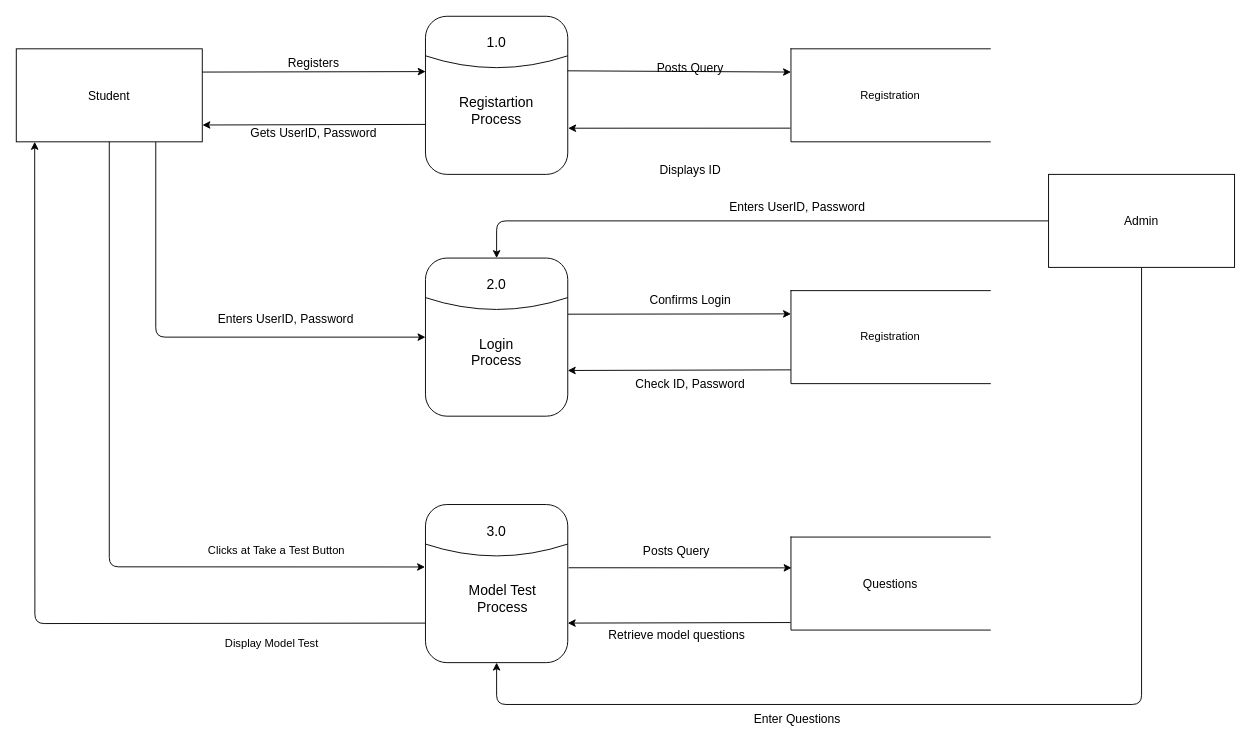
sainisoftravi/online_entrance keeps this draw.io diagram as static/Project Diagram/DFD - Level 1.drawio. Above is the earlier version. Source tidied: cells renumbered, new cells numbered last; positions are measured from the earlier drawing's top-left corner, leaving out a move shared by most shapes. Both pictures are drawn from the tidied source at 93%, with x=0, y=0 at pixel (16, 16).
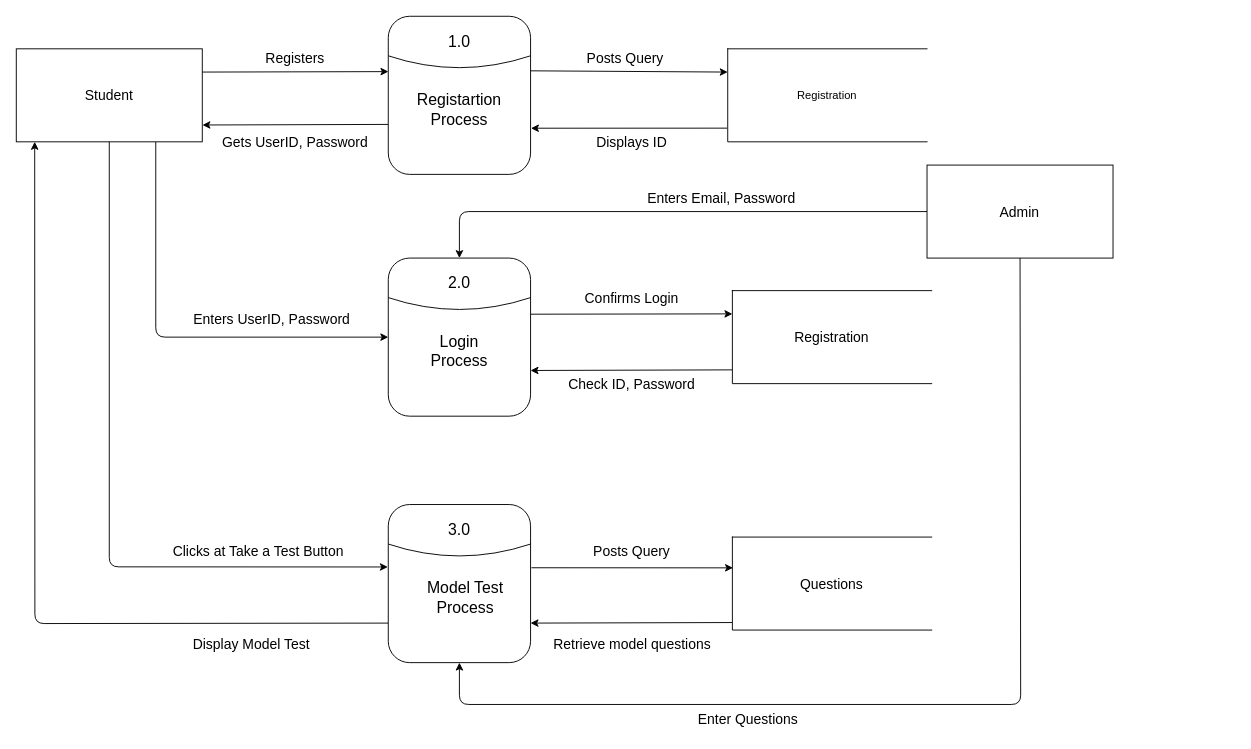
Above is the later version.

The change refers to these unchanged cells:
```xml
<mxCell id="35" style="rounded=1;whiteSpace=wrap;html=1;" parent="34" vertex="1">
  <mxGeometry width="153" height="170" as="geometry" />
</mxCell>
```

Diff of the diagram source:
```diff
@@
-    <mxCell id="3" value="&lt;font style=&quot;font-size: 13px;&quot;&gt;Student&lt;/font&gt;" style="rounded=0;whiteSpace=wrap;html=1;" parent="1" vertex="1">
+    <mxCell id="3" value="&lt;font style=&quot;font-size: 15px;&quot;&gt;Student&lt;/font&gt;" style="rounded=0;whiteSpace=wrap;html=1;" parent="1" vertex="1">
       <mxGeometry y="35" width="200" height="100" as="geometry" />
     </mxCell>
@@
-    <mxCell id="6" value="&lt;font style=&quot;font-size: 13px;&quot;&gt;Registers&lt;/font&gt;" style="text;html=1;strokeColor=none;fillColor=none;align=center;verticalAlign=middle;whiteSpace=wrap;rounded=0;" parent="1" vertex="1">
-      <mxGeometry x="290" y="35" width="60" height="30" as="geometry" />
+    <mxCell id="6" value="&lt;font style=&quot;font-size: 15px;&quot;&gt;Registers&lt;/font&gt;" style="text;html=1;strokeColor=none;fillColor=none;align=center;verticalAlign=middle;whiteSpace=wrap;rounded=0;" parent="1" vertex="1">
+      <mxGeometry x="270" y="30" width="60" height="30" as="geometry" />
     </mxCell>
-    <mxCell id="7" value="&lt;font style=&quot;font-size: 13px;&quot;&gt;Gets UserID, Password&lt;/font&gt;" style="text;html=1;strokeColor=none;fillColor=none;align=center;verticalAlign=middle;whiteSpace=wrap;rounded=0;" parent="1" vertex="1">
-      <mxGeometry x="245" y="110" width="150" height="30" as="geometry" />
+    <mxCell id="7" value="&lt;font style=&quot;font-size: 15px;&quot;&gt;Gets UserID, Password&lt;/font&gt;" style="text;html=1;strokeColor=none;fillColor=none;align=center;verticalAlign=middle;whiteSpace=wrap;rounded=0;" parent="1" vertex="1">
+      <mxGeometry x="205" y="120" width="190" height="30" as="geometry" />
     </mxCell>
-    <mxCell id="8" value="&lt;font style=&quot;font-size: 13px;&quot;&gt;Enters UserID, Password&lt;/font&gt;" style="text;html=1;strokeColor=none;fillColor=none;align=center;verticalAlign=middle;whiteSpace=wrap;rounded=0;rotation=0;" parent="1" vertex="1">
-      <mxGeometry x="200" y="310" width="180" height="30" as="geometry" />
+    <mxCell id="8" value="&lt;font style=&quot;font-size: 15px;&quot;&gt;Enters UserID, Password&lt;/font&gt;" style="text;html=1;strokeColor=none;fillColor=none;align=center;verticalAlign=middle;whiteSpace=wrap;rounded=0;rotation=0;" parent="1" vertex="1">
+      <mxGeometry x="185" y="310" width="180" height="30" as="geometry" />
     </mxCell>
@@
-    <mxCell id="10" value="Display Model Test" style="text;html=1;strokeColor=none;fillColor=none;align=center;verticalAlign=middle;whiteSpace=wrap;rounded=0;rotation=0;" parent="1" vertex="1">
-      <mxGeometry x="185" y="660" width="180" height="30" as="geometry" />
+    <mxCell id="10" value="&lt;font style=&quot;font-size: 15px;&quot;&gt;Display Model Test&lt;/font&gt;" style="text;html=1;strokeColor=none;fillColor=none;align=center;verticalAlign=middle;whiteSpace=wrap;rounded=0;rotation=0;" parent="1" vertex="1">
+      <mxGeometry x="162.5" y="660" width="180" height="30" as="geometry" />
     </mxCell>
@@
-    <mxCell id="12" value="Clicks at Take a Test Button" style="text;html=1;strokeColor=none;fillColor=none;align=center;verticalAlign=middle;whiteSpace=wrap;rounded=0;rotation=0;" parent="1" vertex="1">
-      <mxGeometry x="195" y="560" width="170" height="30" as="geometry" />
+    <mxCell id="12" value="&lt;font style=&quot;font-size: 15px;&quot;&gt;Clicks at Take a Test Button&lt;/font&gt;" style="text;html=1;strokeColor=none;fillColor=none;align=center;verticalAlign=middle;whiteSpace=wrap;rounded=0;rotation=0;" parent="1" vertex="1">
+      <mxGeometry x="162.5" y="560" width="195" height="30" as="geometry" />
     </mxCell>
-    <mxCell id="13" value="&lt;font style=&quot;font-size: 13px;&quot;&gt;Displays ID&lt;/font&gt;" style="text;html=1;strokeColor=none;fillColor=none;align=center;verticalAlign=middle;whiteSpace=wrap;rounded=0;" parent="1" vertex="1">
-      <mxGeometry x="680" y="150" width="90" height="30" as="geometry" />
+    <mxCell id="13" value="&lt;font style=&quot;font-size: 15px;&quot;&gt;Displays ID&lt;/font&gt;" style="text;html=1;strokeColor=none;fillColor=none;align=center;verticalAlign=middle;whiteSpace=wrap;rounded=0;" parent="1" vertex="1">
+      <mxGeometry x="616.8" y="120" width="90" height="30" as="geometry" />
     </mxCell>
@@
-    <mxCell id="16" value="&lt;font style=&quot;font-size: 13px;&quot;&gt;Check ID, Password&lt;/font&gt;" style="text;html=1;strokeColor=none;fillColor=none;align=center;verticalAlign=middle;whiteSpace=wrap;rounded=0;" parent="1" vertex="1">
-      <mxGeometry x="655" y="380" width="140" height="30" as="geometry" />
+    <mxCell id="16" value="&lt;font style=&quot;font-size: 15px;&quot;&gt;Check ID, Password&lt;/font&gt;" style="text;html=1;strokeColor=none;fillColor=none;align=center;verticalAlign=middle;whiteSpace=wrap;rounded=0;" parent="1" vertex="1">
+      <mxGeometry x="591.8" y="380" width="140" height="30" as="geometry" />
     </mxCell>
-    <mxCell id="17" value="&lt;font style=&quot;font-size: 13px;&quot;&gt;Confirms Login&lt;/font&gt;" style="text;html=1;strokeColor=none;fillColor=none;align=center;verticalAlign=middle;whiteSpace=wrap;rounded=0;" parent="1" vertex="1">
-      <mxGeometry x="670" y="290" width="110" height="30" as="geometry" />
+    <mxCell id="17" value="&lt;font style=&quot;font-size: 15px;&quot;&gt;Confirms Login&lt;/font&gt;" style="text;html=1;strokeColor=none;fillColor=none;align=center;verticalAlign=middle;whiteSpace=wrap;rounded=0;" parent="1" vertex="1">
+      <mxGeometry x="606.8" y="288" width="110" height="30" as="geometry" />
     </mxCell>
@@
-    <mxCell id="19" value="&lt;font style=&quot;font-size: 13px;&quot;&gt;Questions&lt;/font&gt;" style="html=1;dashed=0;whiteSpace=wrap;shape=partialRectangle;right=0;" parent="1" vertex="1">
-      <mxGeometry x="833" y="560" width="214.3" height="100" as="geometry" />
+    <mxCell id="19" value="&lt;font style=&quot;font-size: 15px;&quot;&gt;Questions&lt;/font&gt;" style="html=1;dashed=0;whiteSpace=wrap;shape=partialRectangle;right=0;" parent="1" vertex="1">
+      <mxGeometry x="770" y="560" width="214.3" height="100" as="geometry" />
     </mxCell>
-    <mxCell id="20" value="&lt;font style=&quot;font-size: 13px;&quot;&gt;Retrieve model questions&lt;/font&gt;" style="text;html=1;strokeColor=none;fillColor=none;align=center;verticalAlign=middle;whiteSpace=wrap;rounded=0;" parent="1" vertex="1">
-      <mxGeometry x="633.5" y="650" width="153" height="30" as="geometry" />
+    <mxCell id="20" value="&lt;font style=&quot;font-size: 15px;&quot;&gt;Retrieve model questions&lt;/font&gt;" style="text;html=1;strokeColor=none;fillColor=none;align=center;verticalAlign=middle;whiteSpace=wrap;rounded=0;" parent="1" vertex="1">
+      <mxGeometry x="568.5" y="660" width="186.5" height="30" as="geometry" />
     </mxCell>
-    <mxCell id="21" value="&lt;font style=&quot;font-size: 13px;&quot;&gt;Posts Query&lt;/font&gt;" style="text;html=1;strokeColor=none;fillColor=none;align=center;verticalAlign=middle;whiteSpace=wrap;rounded=0;" parent="1" vertex="1">
-      <mxGeometry x="655" y="560" width="110" height="30" as="geometry" />
+    <mxCell id="21" value="&lt;font style=&quot;font-size: 15px;&quot;&gt;Posts Query&lt;/font&gt;" style="text;html=1;strokeColor=none;fillColor=none;align=center;verticalAlign=middle;whiteSpace=wrap;rounded=0;" parent="1" vertex="1">
+      <mxGeometry x="606.8" y="560" width="110" height="30" as="geometry" />
     </mxCell>
     <mxCell id="22" style="group;" parent="1" vertex="1">
-      <mxGeometry x="440" width="153" height="170" as="geometry" />
+      <mxGeometry x="400" width="153" height="170" as="geometry" />
     </mxCell>
@@
-    <mxCell id="25" value="&lt;font style=&quot;font-size: 15px;&quot;&gt;1.0&lt;/font&gt;" style="text;html=1;strokeColor=none;fillColor=none;align=center;verticalAlign=middle;whiteSpace=wrap;rounded=0;" parent="22" vertex="1">
+    <mxCell id="25" value="&lt;font style=&quot;font-size: 17px;&quot;&gt;1.0&lt;/font&gt;" style="text;html=1;strokeColor=none;fillColor=none;align=center;verticalAlign=middle;whiteSpace=wrap;rounded=0;" parent="22" vertex="1">
       <mxGeometry x="52.2" y="16.2" width="48.6" height="24.3" as="geometry" />
     </mxCell>
-    <mxCell id="26" value="&lt;font style=&quot;font-size: 15px;&quot;&gt;Registartion Process&lt;/font&gt;" style="text;html=1;strokeColor=none;fillColor=none;align=center;verticalAlign=middle;whiteSpace=wrap;rounded=0;" parent="22" vertex="1">
+    <mxCell id="26" value="&lt;font style=&quot;font-size: 17px;&quot;&gt;Registartion Process&lt;/font&gt;" style="text;html=1;strokeColor=none;fillColor=none;align=center;verticalAlign=middle;whiteSpace=wrap;rounded=0;" parent="22" vertex="1">
       <mxGeometry x="15.8" y="89" width="121.4" height="24.3" as="geometry" />
     </mxCell>
@@
     <mxCell id="29" style="group;" parent="1" vertex="1">
-      <mxGeometry x="440" y="260" width="153" height="170" as="geometry" />
+      <mxGeometry x="400" y="260" width="153" height="170" as="geometry" />
     </mxCell>
@@
-    <mxCell id="32" value="&lt;font style=&quot;font-size: 15px;&quot;&gt;2.0&lt;/font&gt;" style="text;html=1;strokeColor=none;fillColor=none;align=center;verticalAlign=middle;whiteSpace=wrap;rounded=0;" parent="29" vertex="1">
+    <mxCell id="32" value="&lt;font style=&quot;font-size: 17px;&quot;&gt;2.0&lt;/font&gt;" style="text;html=1;strokeColor=none;fillColor=none;align=center;verticalAlign=middle;whiteSpace=wrap;rounded=0;" parent="29" vertex="1">
       <mxGeometry x="52.2" y="16.2" width="48.6" height="24.3" as="geometry" />
     </mxCell>
-    <mxCell id="33" value="&lt;font style=&quot;font-size: 15px;&quot;&gt;Login&lt;br&gt;Process&lt;/font&gt;" style="text;html=1;strokeColor=none;fillColor=none;align=center;verticalAlign=middle;whiteSpace=wrap;rounded=0;" parent="29" vertex="1">
+    <mxCell id="33" value="&lt;font style=&quot;font-size: 17px;&quot;&gt;Login&lt;br&gt;Process&lt;/font&gt;" style="text;html=1;strokeColor=none;fillColor=none;align=center;verticalAlign=middle;whiteSpace=wrap;rounded=0;" parent="29" vertex="1">
       <mxGeometry x="15.8" y="89" width="121.4" height="24.3" as="geometry" />
     </mxCell>
     <mxCell id="34" style="group;" parent="1" vertex="1">
-      <mxGeometry x="440" y="525" width="153" height="170" as="geometry" />
+      <mxGeometry x="400" y="525" width="153" height="170" as="geometry" />
     </mxCell>
@@
-    <mxCell id="37" value="&lt;font style=&quot;font-size: 15px;&quot;&gt;3.0&lt;/font&gt;" style="text;html=1;strokeColor=none;fillColor=none;align=center;verticalAlign=middle;whiteSpace=wrap;rounded=0;" parent="34" vertex="1">
+    <mxCell id="37" value="&lt;font style=&quot;font-size: 17px;&quot;&gt;3.0&lt;/font&gt;" style="text;html=1;strokeColor=none;fillColor=none;align=center;verticalAlign=middle;whiteSpace=wrap;rounded=0;" parent="34" vertex="1">
       <mxGeometry x="52.2" y="16.2" width="48.6" height="24.3" as="geometry" />
     </mxCell>
-    <mxCell id="38" value="&lt;font style=&quot;font-size: 15px;&quot;&gt;Model Test&lt;br&gt;Process&lt;/font&gt;" style="text;html=1;strokeColor=none;fillColor=none;align=center;verticalAlign=middle;whiteSpace=wrap;rounded=0;" parent="34" vertex="1">
+    <mxCell id="38" value="&lt;font style=&quot;font-size: 17px;&quot;&gt;Model Test&lt;br&gt;Process&lt;/font&gt;" style="text;html=1;strokeColor=none;fillColor=none;align=center;verticalAlign=middle;whiteSpace=wrap;rounded=0;" parent="34" vertex="1">
       <mxGeometry x="15.8" y="89" width="134.2" height="24.3" as="geometry" />
     </mxCell>
@@
-    <mxCell id="40" value="Registration" style="html=1;dashed=0;whiteSpace=wrap;shape=partialRectangle;right=0;" parent="1" vertex="1">
-      <mxGeometry x="833" y="295" width="214.3" height="100" as="geometry" />
+    <mxCell id="40" value="&lt;font style=&quot;font-size: 15px;&quot;&gt;Registration&lt;/font&gt;" style="html=1;dashed=0;whiteSpace=wrap;shape=partialRectangle;right=0;" parent="1" vertex="1">
+      <mxGeometry x="770" y="295" width="214.3" height="100" as="geometry" />
     </mxCell>
     <mxCell id="41" value="Registration" style="html=1;dashed=0;whiteSpace=wrap;shape=partialRectangle;right=0;" parent="1" vertex="1">
-      <mxGeometry x="833" y="35" width="214.3" height="100" as="geometry" />
+      <mxGeometry x="765" y="35" width="214.3" height="100" as="geometry" />
     </mxCell>
-    <mxCell id="42" value="&lt;font style=&quot;font-size: 13px;&quot;&gt;Posts Query&lt;/font&gt;" style="text;html=1;strokeColor=none;fillColor=none;align=center;verticalAlign=middle;whiteSpace=wrap;rounded=0;" parent="1" vertex="1">
-      <mxGeometry x="670" y="40" width="110" height="30" as="geometry" />
+    <mxCell id="42" value="&lt;font style=&quot;font-size: 15px;&quot;&gt;Posts Query&lt;/font&gt;" style="text;html=1;strokeColor=none;fillColor=none;align=center;verticalAlign=middle;whiteSpace=wrap;rounded=0;" parent="1" vertex="1">
+      <mxGeometry x="600" y="30" width="110" height="30" as="geometry" />
     </mxCell>
     <mxCell id="43" style="edgeStyle=orthogonalEdgeStyle;rounded=1;jettySize=auto;html=1;exitX=0.5;exitY=1;exitDx=0;exitDy=0;entryX=0.5;entryY=1;entryDx=0;entryDy=0;" parent="1" edge="1" source="45" target="35">
       <mxGeometry relative="1" as="geometry">
         <Array as="points">
-          <mxPoint x="1210" y="740" />
-          <mxPoint x="517" y="740" />
+          <mxPoint x="1080" y="235" />
+          <mxPoint x="1080" y="740" />
+          <mxPoint x="516" y="740" />
         </Array>
       </mxGeometry>
     </mxCell>
@@
-    <mxCell id="45" value="&lt;font style=&quot;font-size: 13px;&quot;&gt;Admin&lt;/font&gt;" style="rounded=0;whiteSpace=wrap;html=1;" parent="1" vertex="1">
-      <mxGeometry x="1110" y="170" width="200" height="100" as="geometry" />
+    <mxCell id="45" value="&lt;font style=&quot;font-size: 15px;&quot;&gt;Admin&lt;/font&gt;" style="rounded=0;whiteSpace=wrap;html=1;" parent="1" vertex="1">
+      <mxGeometry x="979.3" y="160" width="200" height="100" as="geometry" />
     </mxCell>
-    <mxCell id="46" value="&lt;font style=&quot;font-size: 13px;&quot;&gt;Enters UserID, Password&lt;/font&gt;" style="text;html=1;strokeColor=none;fillColor=none;align=center;verticalAlign=middle;whiteSpace=wrap;rounded=0;rotation=0;" parent="1" vertex="1">
-      <mxGeometry x="750" y="190" width="180" height="30" as="geometry" />
+    <mxCell id="46" value="&lt;font style=&quot;font-size: 15px;&quot;&gt;Enters Email, Password&lt;/font&gt;" style="text;html=1;strokeColor=none;fillColor=none;align=center;verticalAlign=middle;whiteSpace=wrap;rounded=0;rotation=0;" parent="1" vertex="1">
+      <mxGeometry x="660" y="180" width="196.8" height="30" as="geometry" />
     </mxCell>
-    <mxCell id="47" value="&lt;font style=&quot;font-size: 13px;&quot;&gt;Enter Questions&lt;/font&gt;" style="text;html=1;strokeColor=none;fillColor=none;align=center;verticalAlign=middle;whiteSpace=wrap;rounded=0;" parent="1" vertex="1">
-      <mxGeometry x="770" y="740" width="140" height="30" as="geometry" />
+    <mxCell id="47" value="&lt;font style=&quot;font-size: 15px;&quot;&gt;Enter Questions&lt;/font&gt;" style="text;html=1;strokeColor=none;fillColor=none;align=center;verticalAlign=middle;whiteSpace=wrap;rounded=0;" parent="1" vertex="1">
+      <mxGeometry x="716.8" y="740" width="140" height="30" as="geometry" />
     </mxCell>
```
